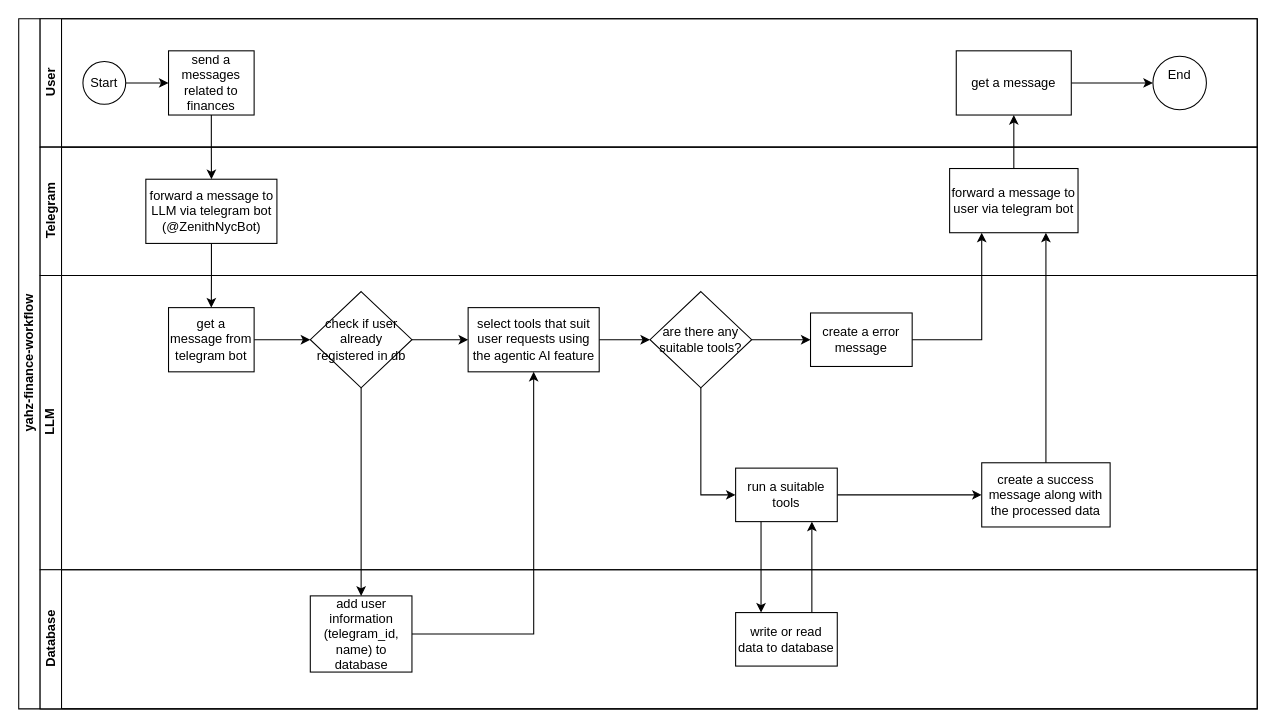
Above: yahz-finance-workflow.drawio in Suryzw/draw.io (draw.io), before the change. Source tidied: cells renumbered, new cells numbered last; positions are measured from the earlier drawing's top-left corner, leaving out a move shared by most shapes. Both pictures are drawn from the tidied source at 107%, with x=0, y=0 at pixel (18, 18).
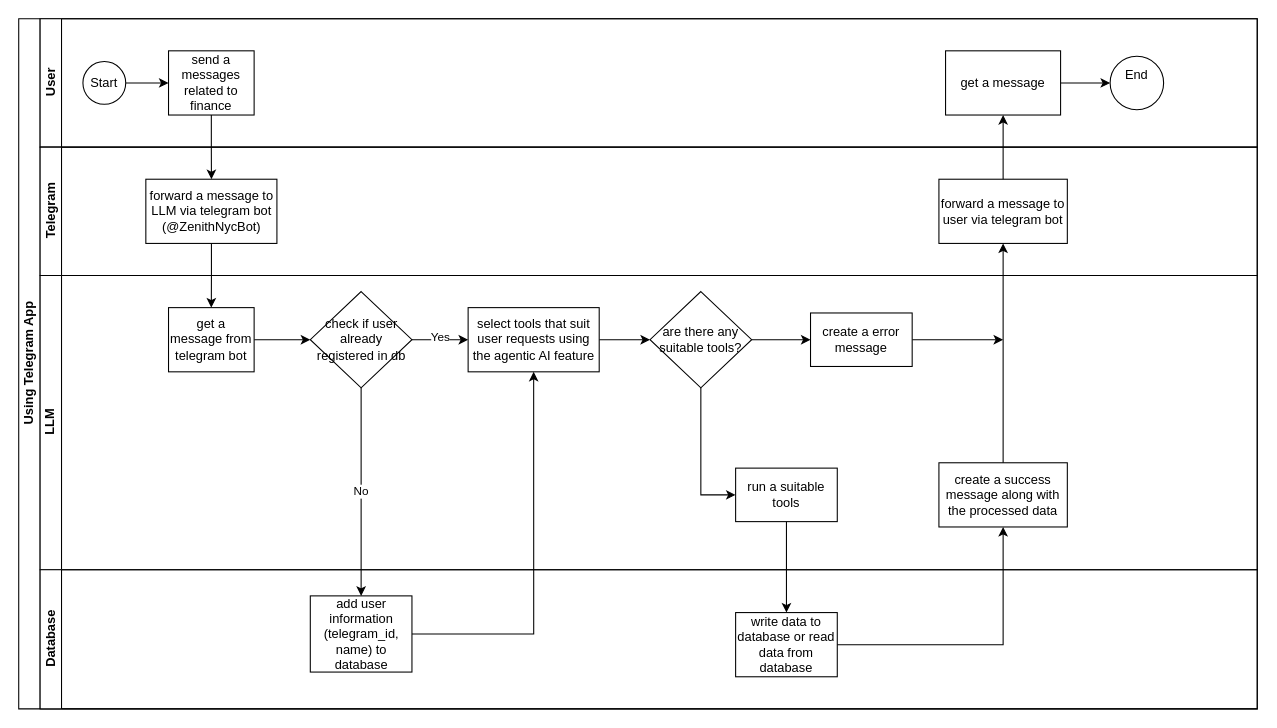
Above is the later version.

The change refers to these unchanged cells:
```xml
<mxCell id="3" value="User" style="swimlane;html=1;startSize=20;horizontal=0;" parent="2" vertex="1">
  <mxGeometry x="20" width="1137.5" height="120" as="geometry" />
</mxCell>
<mxCell id="10" value="Telegram" style="swimlane;html=1;startSize=20;horizontal=0;" parent="2" vertex="1">
  <mxGeometry x="20" y="120" width="1137.5" height="120" as="geometry" />
</mxCell>
<mxCell id="13" value="LLM" style="swimlane;html=1;startSize=20;horizontal=0;" parent="2" vertex="1">
  <mxGeometry x="20" y="240" width="1137.5" height="275" as="geometry" />
</mxCell>
<mxCell id="16" style="edgeStyle=orthogonalEdgeStyle;rounded=0;jettySize=auto;html=1;" parent="13" edge="1" source="17" target="19">
  <mxGeometry relative="1" as="geometry" />
</mxCell>
<mxCell id="23" value="create a error message" style="rounded=0;whiteSpace=wrap;html=1;fontFamily=Helvetica;fontSize=12;fontColor=#000000;align=center;" parent="13" vertex="1">
  <mxGeometry x="720" y="35" width="95" height="50" as="geometry" />
</mxCell>
<mxCell id="25" value="run a suitable tools" style="rounded=0;whiteSpace=wrap;html=1;fontFamily=Helvetica;fontSize=12;fontColor=#000000;align=center;" parent="13" vertex="1">
  <mxGeometry x="650" y="180" width="95" height="50" as="geometry" />
</mxCell>
<mxCell id="27" value="Database" style="swimlane;html=1;startSize=20;horizontal=0;" parent="2" vertex="1">
  <mxGeometry x="20" y="515" width="1137.5" height="130" as="geometry" />
</mxCell>
<mxCell id="32" style="edgeStyle=orthogonalEdgeStyle;rounded=0;jettySize=auto;html=1;" parent="2" edge="1" source="17" target="28">
  <mxGeometry relative="1" as="geometry" />
</mxCell>
```

Diff of the diagram source:
```diff
@@
-    <mxCell id="2" value="yahz-finance-workflow" style="swimlane;html=1;horizontal=0;startSize=20;" parent="1" vertex="1">
+    <mxCell id="2" value="Using Telegram App" style="swimlane;html=1;horizontal=0;startSize=20;" parent="1" vertex="1">
       <mxGeometry width="1157.5" height="645" as="geometry" />
     </mxCell>
@@
-    <mxCell id="6" value="send a messages related to finances" style="rounded=0;whiteSpace=wrap;html=1;fontFamily=Helvetica;fontSize=12;fontColor=#000000;align=center;" parent="3" vertex="1">
+    <mxCell id="6" value="send a messages related to finance" style="rounded=0;whiteSpace=wrap;html=1;fontFamily=Helvetica;fontSize=12;fontColor=#000000;align=center;" parent="3" vertex="1">
       <mxGeometry x="120" y="30" width="80" height="60" as="geometry" />
     </mxCell>
@@
     <mxCell id="8" value="get a message" style="whiteSpace=wrap;html=1;fontColor=#000000;rounded=0;" parent="3" vertex="1">
-      <mxGeometry x="856.2" y="30" width="107.5" height="60" as="geometry" />
+      <mxGeometry x="846.2" y="30" width="107.5" height="60" as="geometry" />
     </mxCell>
     <mxCell id="9" value="End&lt;div&gt;&lt;br&gt;&lt;/div&gt;" style="ellipse;whiteSpace=wrap;html=1;shapeInside=1;fontColor=#000000;rounded=0;" parent="3" vertex="1">
-      <mxGeometry x="1040" y="35" width="50" height="50" as="geometry" />
+      <mxGeometry x="1000" y="35" width="50" height="50" as="geometry" />
     </mxCell>
@@
     <mxCell id="12" value="forward a message to user via telegram bot" style="whiteSpace=wrap;html=1;fontColor=#000000;rounded=0;" parent="10" vertex="1">
-      <mxGeometry x="850" y="20" width="120" height="60" as="geometry" />
+      <mxGeometry x="840" y="30" width="120" height="60" as="geometry" />
     </mxCell>
@@
+    <mxCell id="39" value="Yes" style="edgeLabel;html=1;align=center;verticalAlign=middle;" parent="16" vertex="1">
+      <mxGeometry x="-0.02" y="3" relative="1" as="geometry" />
+    </mxCell>
@@
+    <mxCell id="40" style="edgeStyle=orthogonalEdgeStyle;rounded=0;jettySize=auto;html=1;" parent="13" edge="1" source="23">
+      <mxGeometry relative="1" as="geometry">
+        <mxPoint x="900" y="60" as="targetPoint" />
+      </mxGeometry>
+    </mxCell>
@@
-    <mxCell id="24" style="edgeStyle=orthogonalEdgeStyle;rounded=0;jettySize=auto;html=1;" parent="13" edge="1" source="25" target="26">
-      <mxGeometry relative="1" as="geometry" />
-    </mxCell>
@@
     <mxCell id="26" value="create a success message along with the processed data" style="whiteSpace=wrap;html=1;fontColor=#000000;rounded=0;" parent="13" vertex="1">
-      <mxGeometry x="880" y="175" width="120" height="60" as="geometry" />
+      <mxGeometry x="840" y="175" width="120" height="60" as="geometry" />
     </mxCell>
@@
-    <mxCell id="29" value="write or read data to database" style="rounded=0;whiteSpace=wrap;html=1;fontFamily=Helvetica;fontSize=12;fontColor=#000000;align=center;" parent="27" vertex="1">
-      <mxGeometry x="650" y="40" width="95" height="50" as="geometry" />
+    <mxCell id="29" value="write data to database or read data from database" style="rounded=0;whiteSpace=wrap;html=1;fontFamily=Helvetica;fontSize=12;fontColor=#000000;align=center;" parent="27" vertex="1">
+      <mxGeometry x="650" y="40" width="95" height="60" as="geometry" />
     </mxCell>
@@
+    <mxCell id="41" value="No" style="edgeLabel;html=1;align=center;verticalAlign=middle;" parent="32" vertex="1">
+      <mxGeometry y="-1" relative="1" as="geometry">
+        <mxPoint y="-1" as="offset" />
+      </mxGeometry>
+    </mxCell>
@@
-    <mxCell id="34" style="edgeStyle=orthogonalEdgeStyle;rounded=0;jettySize=auto;html=1;entryX=0.25;entryY=1;entryDx=0;entryDy=0;" parent="2" edge="1" source="23" target="12">
-      <mxGeometry relative="1" as="geometry" />
-    </mxCell>
+    <mxCell id="38" style="edgeStyle=orthogonalEdgeStyle;rounded=0;jettySize=auto;html=1;" parent="2" edge="1" source="12" target="8">
+      <mxGeometry relative="1" as="geometry" />
+    </mxCell>
+    <mxCell id="42" style="edgeStyle=orthogonalEdgeStyle;rounded=0;jettySize=auto;html=1;entryX=0.5;entryY=1;entryDx=0;entryDy=0;" parent="2" edge="1" source="29" target="26">
+      <mxGeometry relative="1" as="geometry" />
+    </mxCell>
+    <mxCell id="36" style="edgeStyle=orthogonalEdgeStyle;rounded=0;jettySize=auto;html=1;" parent="2" edge="1" source="25" target="29">
+      <mxGeometry relative="1" as="geometry" />
+    </mxCell>
-    <mxCell id="35" style="edgeStyle=orthogonalEdgeStyle;rounded=0;jettySize=auto;html=1;entryX=0.75;entryY=1;entryDx=0;entryDy=0;" parent="2" edge="1" source="26" target="12">
+    <mxCell id="35" style="edgeStyle=orthogonalEdgeStyle;rounded=0;jettySize=auto;html=1;entryX=0.5;entryY=1;entryDx=0;entryDy=0;" parent="2" edge="1" source="26" target="12">
       <mxGeometry relative="1" as="geometry" />
     </mxCell>
-    <mxCell id="36" style="edgeStyle=orthogonalEdgeStyle;rounded=0;jettySize=auto;html=1;exitX=0.25;exitY=1;exitDx=0;exitDy=0;entryX=0.25;entryY=0;entryDx=0;entryDy=0;" parent="2" edge="1" source="25" target="29">
-      <mxGeometry relative="1" as="geometry" />
-    </mxCell>
-    <mxCell id="37" style="edgeStyle=orthogonalEdgeStyle;rounded=0;jettySize=auto;html=1;exitX=0.75;exitY=0;exitDx=0;exitDy=0;entryX=0.75;entryY=1;entryDx=0;entryDy=0;" parent="2" edge="1" source="29" target="25">
-      <mxGeometry relative="1" as="geometry" />
-    </mxCell>
-    <mxCell id="38" style="edgeStyle=orthogonalEdgeStyle;rounded=0;jettySize=auto;html=1;" parent="2" edge="1" source="12" target="8">
-      <mxGeometry relative="1" as="geometry" />
-    </mxCell>
```
